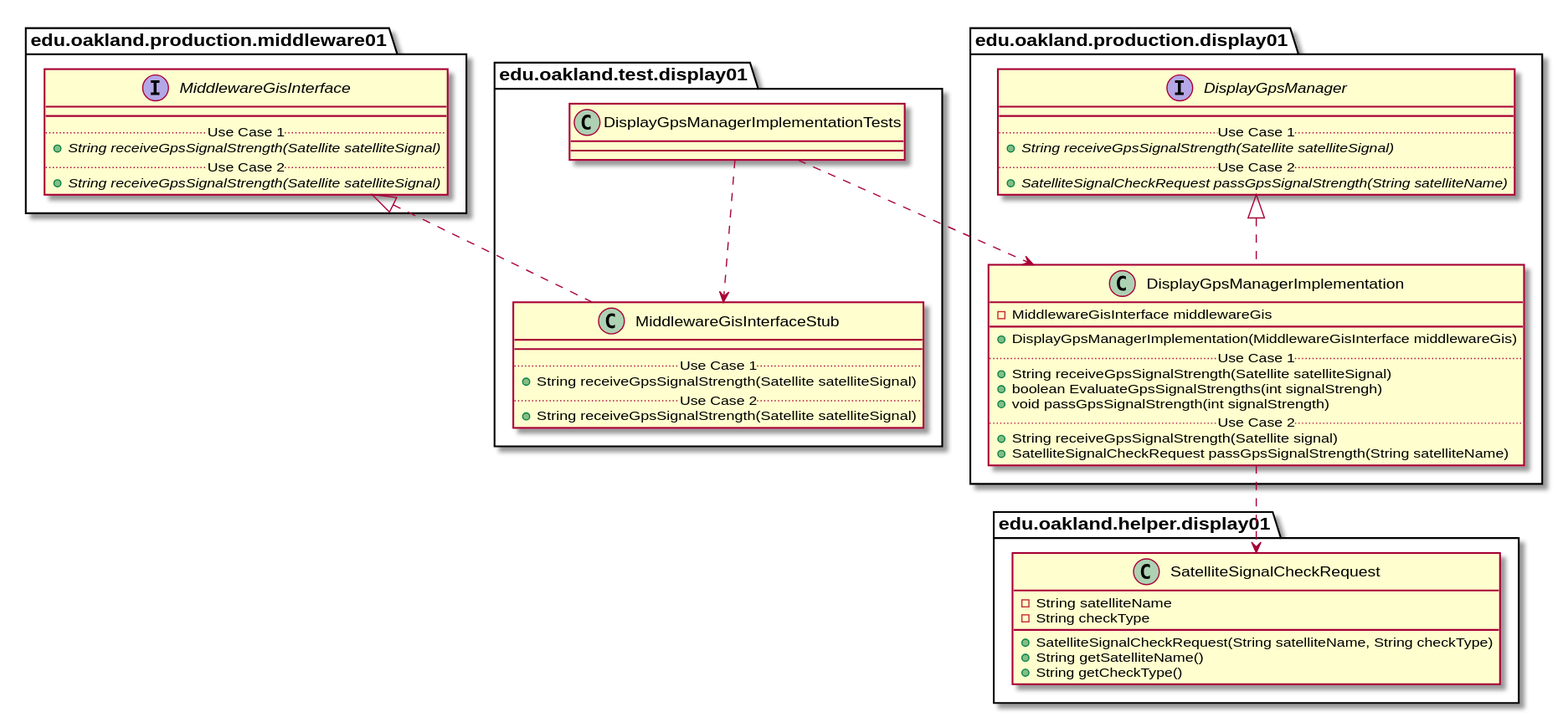
Before: docs/uml-class-diagrams/display01/test/DisplayGpsManagerImplementationTests/DisplayGpsManagerImplementationTests_Closure.svg, a diagram exported from PlantUML (andrewdimmer/csi-3370-software-project).
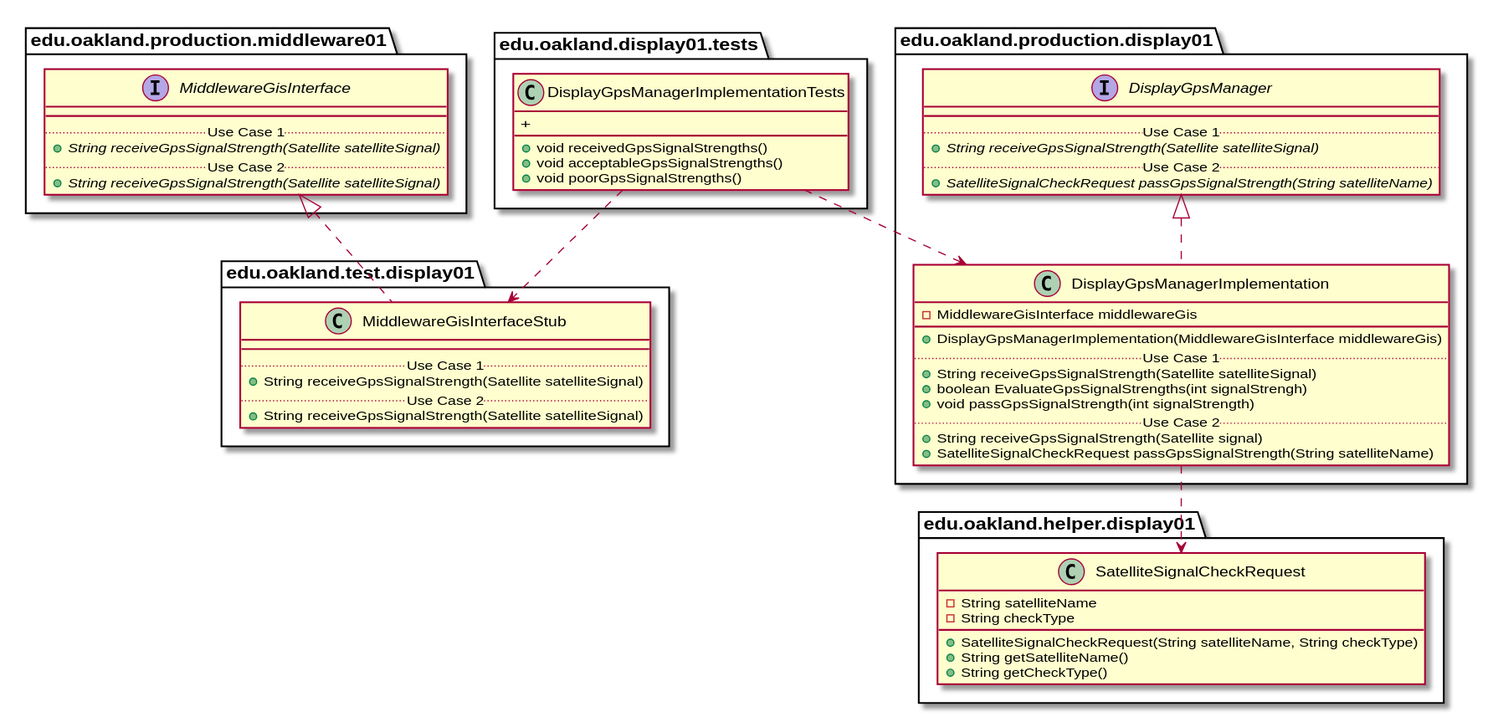
After the change.

What changed in the source:
```diff
@@ -1,9 +1,12 @@
 @startuml DisplayGpsManagerImplementationTests_Closure
 
 
-package edu.oakland.test.display01 {
+package edu.oakland.display01.tests {
     class DisplayGpsManagerImplementationTests {
-
+        + void receivedGpsSignalStrengths()
+        + void acceptableGpsSignalStrengths()
+        + void poorGpsSignalStrengths()
+        +
     }
 }
 
```
